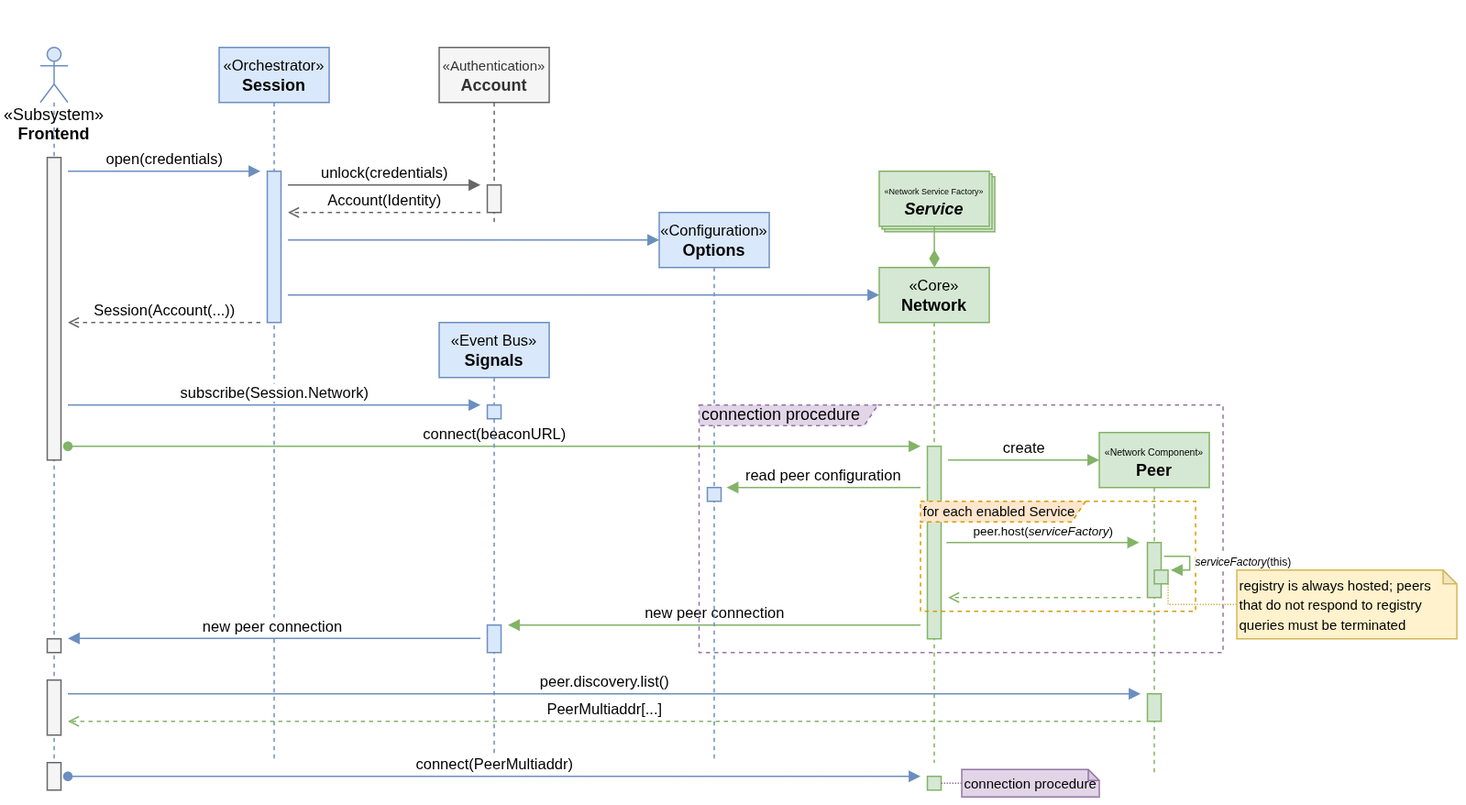
Before: docs/brochain.vessel.backend.network.seq.png, a diagram exported from draw.io (abetaev/brochain). Source tidied: cells renumbered, new cells last; positions are measured from the earlier drawing's top-left corner, leaving out a move shared by most shapes.
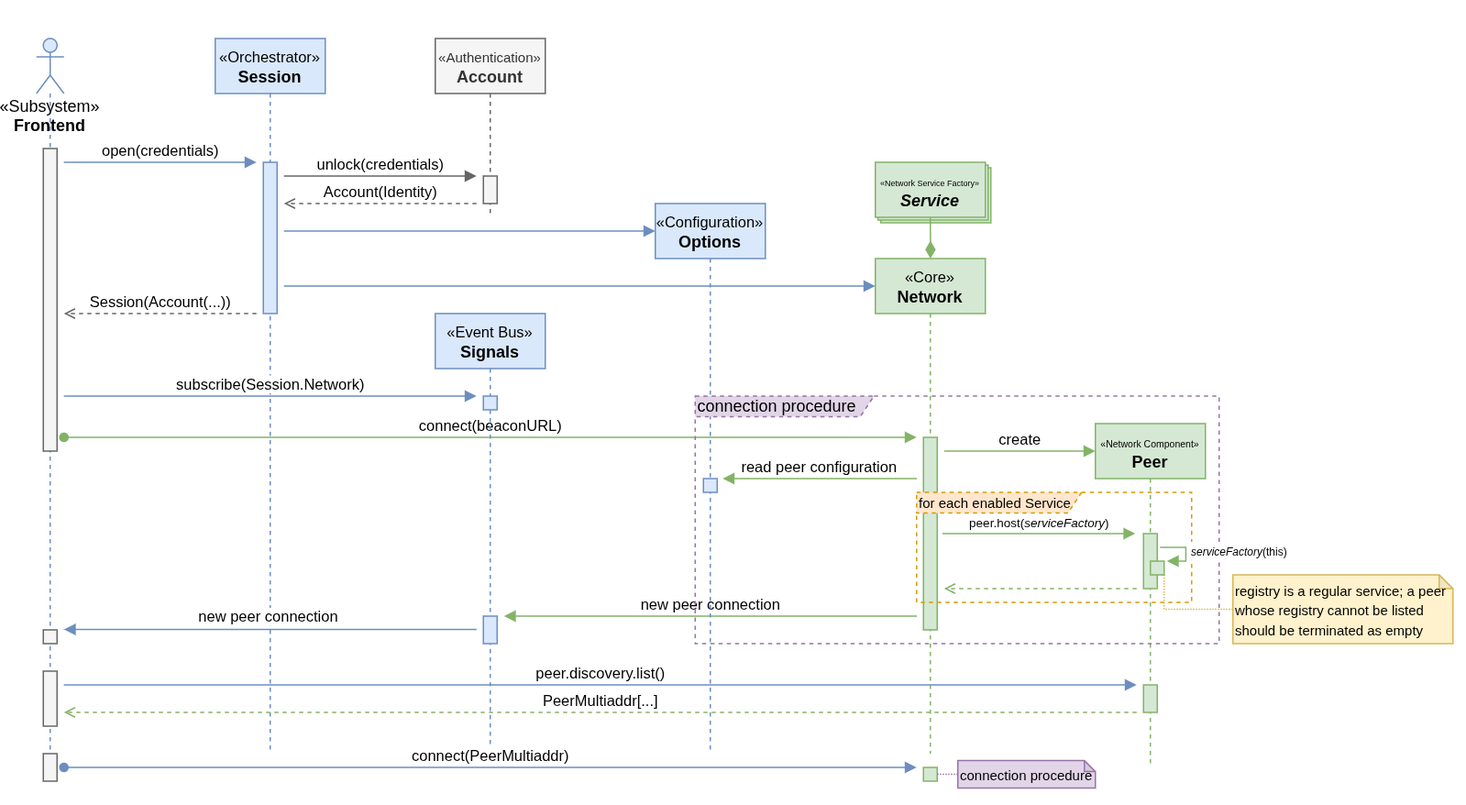
Later version of the same file.

Change to the diagram source:
```diff
@@ -185,7 +185,7 @@
       <mxGeometry relative="1" as="geometry">
         <mxPoint x="817.9" y="389.8" as="targetPoint" />
         <Array as="points">
-          <mxPoint x="820" y="405" />
+          <mxPoint x="820" y="415" />
           <mxPoint x="820" y="389.8" />
         </Array>
       </mxGeometry>
@@ -193,8 +193,8 @@
     <mxCell id="46" value="connection procedure" style="shape=umlFrame;whiteSpace=wrap;html=1;width=130;height=15;align=left;fillColor=#e1d5e7;strokeColor=#9673a6;dashed=1;" parent="1" vertex="1">
       <mxGeometry x="479" y="260" width="381" height="180" as="geometry" />
     </mxCell>
-    <mxCell id="47" value="&lt;font style=&quot;line-height: 0%; font-size: 10px;&quot;&gt;registry is always hosted; peers that do not respond to registry queries must be terminated&amp;nbsp;&lt;/font&gt;" style="shape=note;whiteSpace=wrap;html=1;backgroundOutline=1;darkOpacity=0.05;fillColor=#fff2cc;strokeColor=#d6b656;size=10;align=left;" parent="1" vertex="1">
-      <mxGeometry x="870" y="380" width="160" height="50" as="geometry" />
+    <mxCell id="47" value="&lt;font style=&quot;line-height: 0%; font-size: 10px;&quot;&gt;registry is a regular service; a peer whose registry cannot be listed should be terminated as empty&lt;/font&gt;" style="shape=note;whiteSpace=wrap;html=1;backgroundOutline=1;darkOpacity=0.05;fillColor=#fff2cc;strokeColor=#d6b656;size=10;align=left;" parent="1" vertex="1">
+      <mxGeometry x="870" y="390" width="160" height="50" as="geometry" />
     </mxCell>
     <mxCell id="48" style="html=1;perimeter=orthogonalPerimeter;targetShapes=umlLifeline;newEdgeStyle={&quot;curved&quot;:0,&quot;rounded&quot;:0};fillColor=#d5e8d4;strokeColor=#82b366;" parent="1" vertex="1">
       <mxGeometry x="810" y="380" width="10" height="10" as="geometry" />
```
